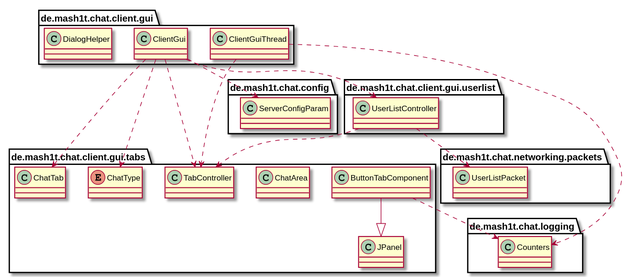
This is Diagrams/UML/Class Diagrams/client/client.svg from MaSHOLution/tcpchat, a PlantUML export, as it was before one commit. Its source is kept beside it as Diagrams/UML/Class Diagrams/client/client.puml. The source it was exported from:
```plantuml
@startuml
class de.mash1t.chat.client.gui.ClientGui
class de.mash1t.chat.client.gui.ClientGuiThread
class de.mash1t.chat.client.gui.DialogHelper
class de.mash1t.chat.client.gui.tabs.ButtonTabComponent
class de.mash1t.chat.client.gui.tabs.ChatArea
class de.mash1t.chat.client.gui.tabs.ChatTab
class de.mash1t.chat.client.gui.tabs.JPanel
class de.mash1t.chat.client.gui.tabs.TabController
class de.mash1t.chat.client.gui.userlist.UserListController
class de.mash1t.chat.config.ServerConfigParam
class de.mash1t.chat.logging.Counters
class de.mash1t.chat.networking.packets.UserListPacket
enum de.mash1t.chat.client.gui.tabs.ChatType
de.mash1t.chat.client.gui.ClientGui ..> de.mash1t.chat.client.gui.tabs.ChatTab
de.mash1t.chat.client.gui.ClientGui ..> de.mash1t.chat.client.gui.tabs.TabController
de.mash1t.chat.client.gui.ClientGui ..> de.mash1t.chat.client.gui.userlist.UserListController
de.mash1t.chat.client.gui.ClientGui ..> de.mash1t.chat.config.ServerConfigParam
de.mash1t.chat.client.gui.ClientGui ..> de.mash1t.chat.client.gui.tabs.ChatType
de.mash1t.chat.client.gui.ClientGuiThread ..> de.mash1t.chat.client.gui.tabs.TabController
de.mash1t.chat.client.gui.ClientGuiThread ..> de.mash1t.chat.logging.Counters
de.mash1t.chat.client.gui.tabs.ButtonTabComponent --|> de.mash1t.chat.client.gui.tabs.JPanel
de.mash1t.chat.client.gui.tabs.ButtonTabComponent ..> de.mash1t.chat.logging.Counters
de.mash1t.chat.client.gui.userlist.UserListController ..> de.mash1t.chat.client.gui.tabs.TabController
de.mash1t.chat.client.gui.userlist.UserListController ..> de.mash1t.chat.networking.packets.UserListPacket
@enduml
```
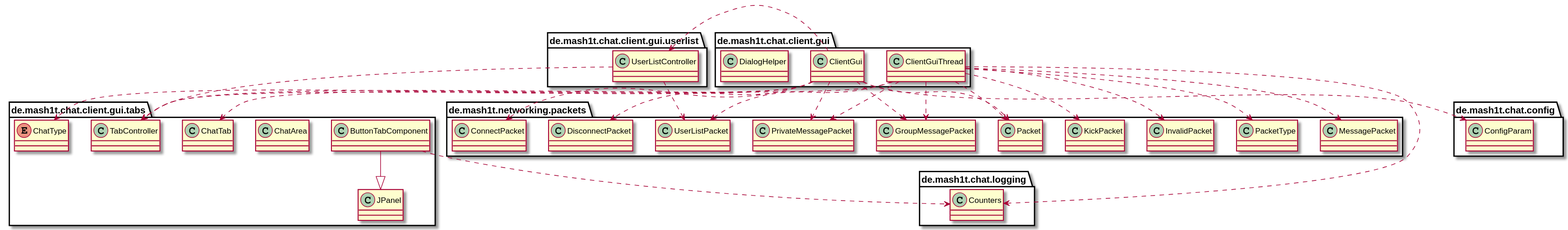
After the commit.

What changed in the source:
```diff
@@ -8,19 +8,41 @@
 class de.mash1t.chat.client.gui.tabs.JPanel
 class de.mash1t.chat.client.gui.tabs.TabController
 class de.mash1t.chat.client.gui.userlist.UserListController
-class de.mash1t.chat.config.ServerConfigParam
+class de.mash1t.chat.config.ConfigParam
 class de.mash1t.chat.logging.Counters
-class de.mash1t.chat.networking.packets.UserListPacket
+class de.mash1t.networking.packets.ConnectPacket
+class de.mash1t.networking.packets.DisconnectPacket
+class de.mash1t.networking.packets.GroupMessagePacket
+class de.mash1t.networking.packets.InvalidPacket
+class de.mash1t.networking.packets.KickPacket
+class de.mash1t.networking.packets.MessagePacket
+class de.mash1t.networking.packets.Packet
+class de.mash1t.networking.packets.PacketType
+class de.mash1t.networking.packets.PrivateMessagePacket
+class de.mash1t.networking.packets.UserListPacket
 enum de.mash1t.chat.client.gui.tabs.ChatType
 de.mash1t.chat.client.gui.ClientGui ..> de.mash1t.chat.client.gui.tabs.ChatTab
 de.mash1t.chat.client.gui.ClientGui ..> de.mash1t.chat.client.gui.tabs.TabController
 de.mash1t.chat.client.gui.ClientGui ..> de.mash1t.chat.client.gui.userlist.UserListController
-de.mash1t.chat.client.gui.ClientGui ..> de.mash1t.chat.config.ServerConfigParam
+de.mash1t.chat.client.gui.ClientGui ..> de.mash1t.chat.config.ConfigParam
+de.mash1t.chat.client.gui.ClientGui ..> de.mash1t.networking.packets.ConnectPacket
+de.mash1t.chat.client.gui.ClientGui ..> de.mash1t.networking.packets.DisconnectPacket
+de.mash1t.chat.client.gui.ClientGui ..> de.mash1t.networking.packets.GroupMessagePacket
+de.mash1t.chat.client.gui.ClientGui ..> de.mash1t.networking.packets.Packet
+de.mash1t.chat.client.gui.ClientGui ..> de.mash1t.networking.packets.PrivateMessagePacket
 de.mash1t.chat.client.gui.ClientGui ..> de.mash1t.chat.client.gui.tabs.ChatType
 de.mash1t.chat.client.gui.ClientGuiThread ..> de.mash1t.chat.client.gui.tabs.TabController
 de.mash1t.chat.client.gui.ClientGuiThread ..> de.mash1t.chat.logging.Counters
+de.mash1t.chat.client.gui.ClientGuiThread ..> de.mash1t.networking.packets.GroupMessagePacket
+de.mash1t.chat.client.gui.ClientGuiThread ..> de.mash1t.networking.packets.InvalidPacket
+de.mash1t.chat.client.gui.ClientGuiThread ..> de.mash1t.networking.packets.KickPacket
+de.mash1t.chat.client.gui.ClientGuiThread ..> de.mash1t.networking.packets.MessagePacket
+de.mash1t.chat.client.gui.ClientGuiThread ..> de.mash1t.networking.packets.Packet
+de.mash1t.chat.client.gui.ClientGuiThread ..> de.mash1t.networking.packets.PacketType
+de.mash1t.chat.client.gui.ClientGuiThread ..> de.mash1t.networking.packets.PrivateMessagePacket
+de.mash1t.chat.client.gui.ClientGuiThread ..> de.mash1t.networking.packets.UserListPacket
 de.mash1t.chat.client.gui.tabs.ButtonTabComponent --|> de.mash1t.chat.client.gui.tabs.JPanel
 de.mash1t.chat.client.gui.tabs.ButtonTabComponent ..> de.mash1t.chat.logging.Counters
 de.mash1t.chat.client.gui.userlist.UserListController ..> de.mash1t.chat.client.gui.tabs.TabController
-de.mash1t.chat.client.gui.userlist.UserListController ..> de.mash1t.chat.networking.packets.UserListPacket
+de.mash1t.chat.client.gui.userlist.UserListController ..> de.mash1t.networking.packets.UserListPacket
 @enduml
```
